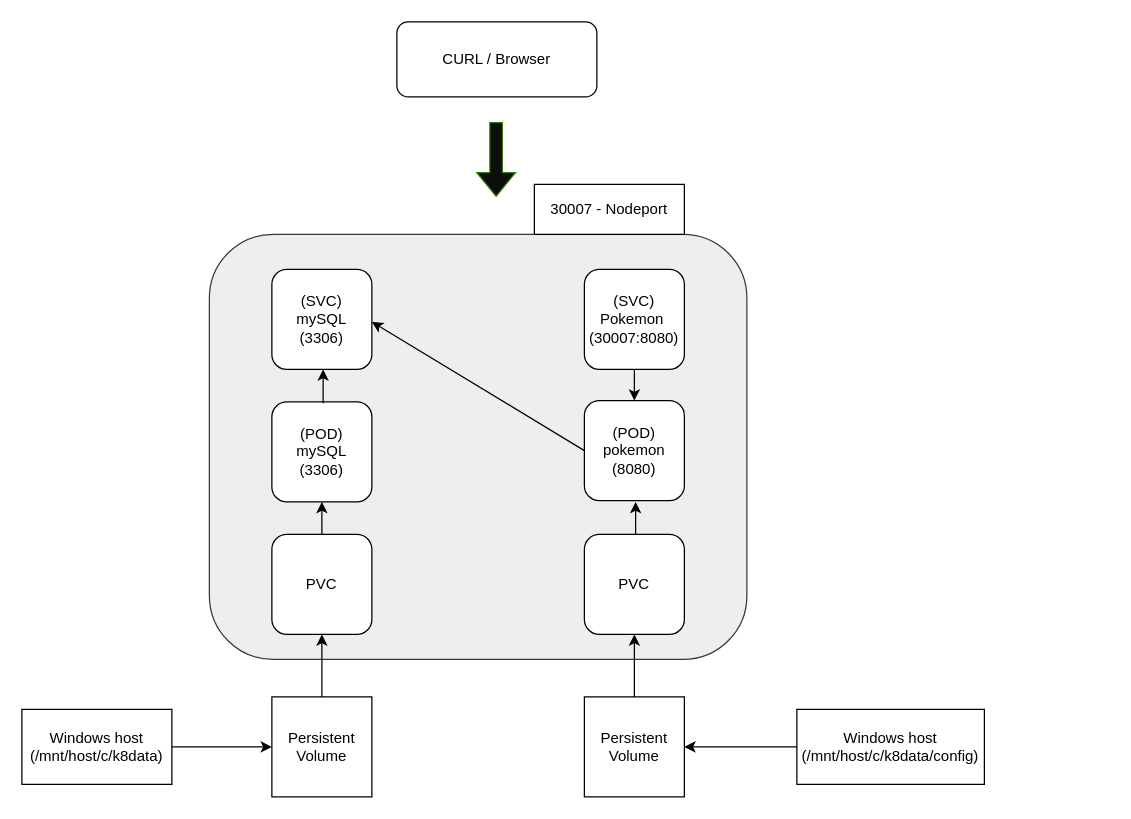
The draw.io diagram Untitled Diagram.drawio in bourgamb/pokemon_album_service, before the edit. Source tidied: cells renumbered, new cells numbered last; positions are measured from the earlier drawing's top-left corner, leaving out a move shared by most shapes. Both pictures are drawn from the tidied source at 125%, with x=0, y=0 at pixel (21, 21).
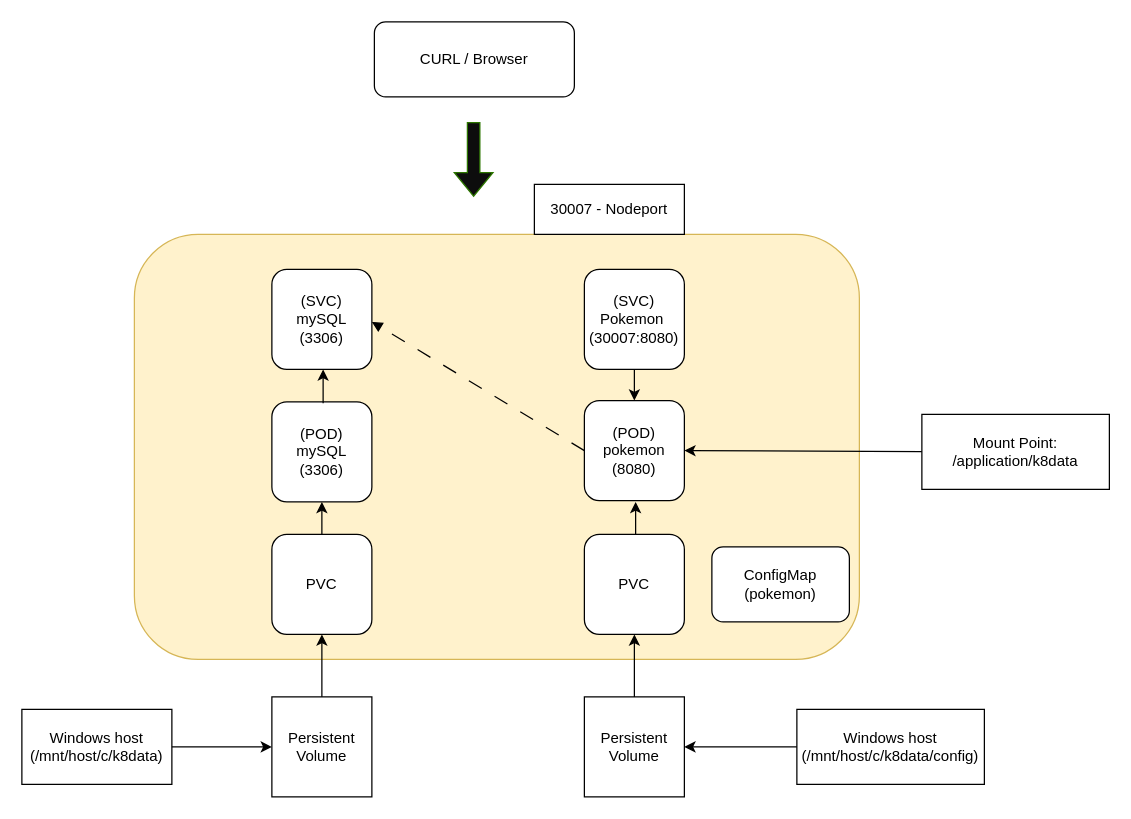
After the change.

The change refers to these unchanged cells:
```xml
<mxCell id="8" value="(POD)&lt;br&gt;pokemon&lt;br&gt;(8080)" style="whiteSpace=wrap;html=1;rounded=1;labelBackgroundColor=none;" parent="1" vertex="1">
  <mxGeometry x="450" y="303" width="80" height="80" as="geometry" />
</mxCell>
```

Diff of the diagram source:
```diff
@@
-    <mxCell id="2" style="rounded=1;whiteSpace=wrap;html=1;fillColor=#eeeeee;labelBackgroundColor=none;strokeColor=#36393d;" parent="1" vertex="1">
-      <mxGeometry x="150" y="170" width="430" height="340" as="geometry" />
+    <mxCell id="2" style="rounded=1;whiteSpace=wrap;html=1;fillColor=#fff2cc;labelBackgroundColor=none;strokeColor=#d6b656;" parent="1" vertex="1">
+      <mxGeometry x="90" y="170" width="580" height="340" as="geometry" />
     </mxCell>
@@
-    <mxCell id="11" style="endArrow=classic;html=1;rounded=0;exitX=0;exitY=0.5;exitDx=0;exitDy=0;labelBackgroundColor=none;fontColor=default;" parent="1" edge="1" source="8">
+    <mxCell id="11" style="endArrow=block;html=1;rounded=0;exitX=0;exitY=0.5;exitDx=0;exitDy=0;labelBackgroundColor=none;fontColor=default;dashed=1;dashPattern=12 12;endFill=1;" parent="1" edge="1" source="8">
       <mxGeometry relative="1" as="geometry">
         <mxPoint x="280" y="240" as="targetPoint" />
       </mxGeometry>
     </mxCell>
@@
     <mxCell id="16" value="CURL / Browser" style="rounded=1;whiteSpace=wrap;html=1;" parent="1" vertex="1">
-      <mxGeometry x="300" width="160" height="60" as="geometry" />
+      <mxGeometry x="282" width="160" height="60" as="geometry" />
     </mxCell>
     <mxCell id="17" style="shape=flexArrow;endArrow=classic;html=1;rounded=0;fillColor=#0d0d0d;strokeColor=#2D7600;" parent="1" edge="1">
       <mxGeometry relative="1" as="geometry">
-        <mxPoint x="379.4" y="80" as="sourcePoint" />
-        <mxPoint x="379.4" y="140" as="targetPoint" />
+        <mxPoint x="361.4" y="80" as="sourcePoint" />
+        <mxPoint x="361.4" y="140" as="targetPoint" />
       </mxGeometry>
     </mxCell>
@@
+    <mxCell id="25" value="Mount Point:&lt;br&gt;/application/k8data" style="rounded=0;whiteSpace=wrap;html=1;labelBackgroundColor=none;" parent="1" vertex="1">
+      <mxGeometry x="720" y="314" width="150" height="60" as="geometry" />
+    </mxCell>
+    <mxCell id="26" style="endArrow=classic;html=1;rounded=0;entryX=1;entryY=0.5;entryDx=0;entryDy=0;" parent="1" edge="1" source="25" target="8">
+      <mxGeometry relative="1" as="geometry" />
+    </mxCell>
+    <mxCell id="27" value="ConfigMap&lt;br&gt;(pokemon)" style="rounded=1;whiteSpace=wrap;html=1;labelBackgroundColor=none;shadow=0;glass=0;" parent="1" vertex="1">
+      <mxGeometry x="552" y="420" width="110" height="60" as="geometry" />
+    </mxCell>
```
